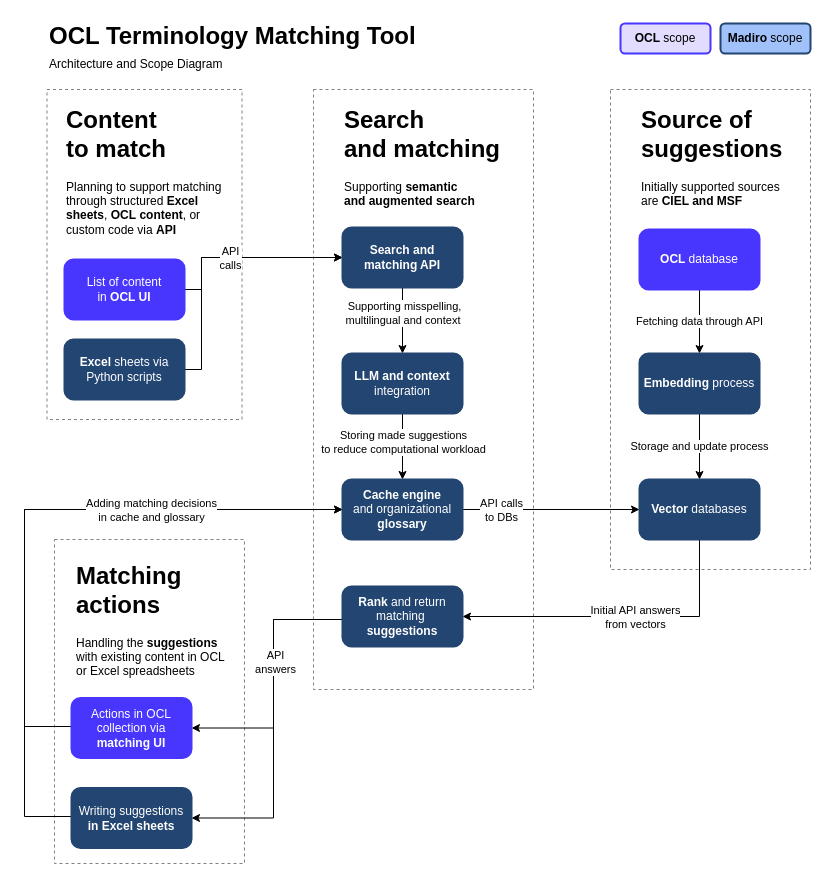
Before: TerminologyMatchingAI.drawio in michaelbontyes/diagrams, a draw.io diagram. Source tidied: cells renumbered, new cells numbered last; positions are measured from the earlier drawing's top-left corner, leaving out a move shared by most shapes. Both pictures are drawn from the tidied source at 100%, with x=0, y=0 at pixel (24, 17).
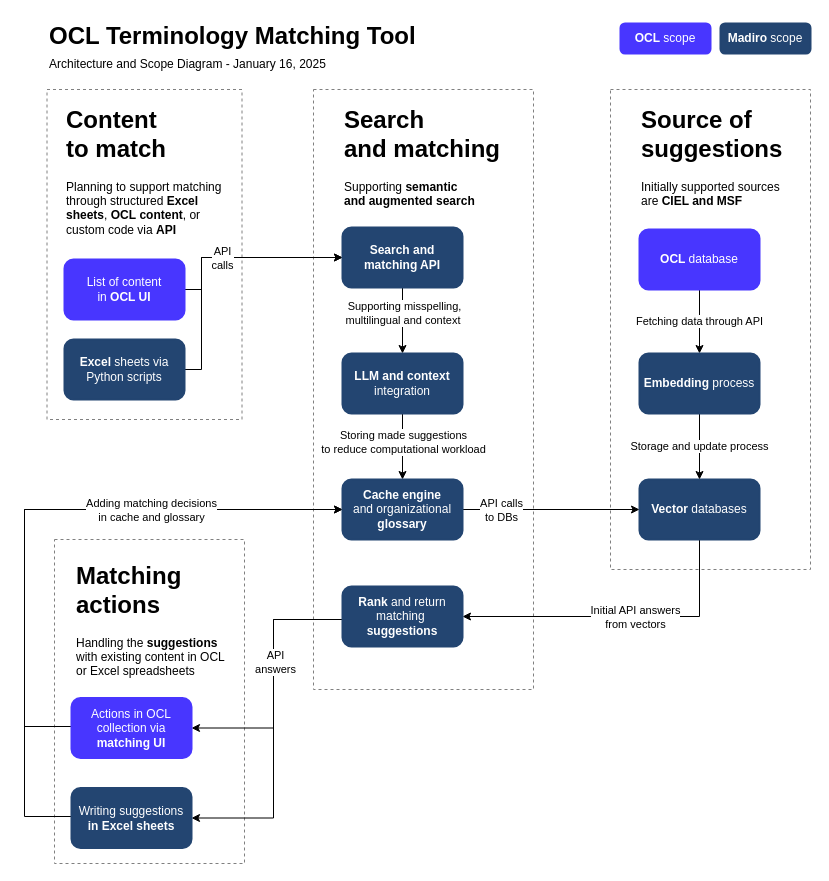
The same page after the edit.

Unchanged cells that the change refers to:
```xml
<mxCell id="11" style="edgeStyle=orthogonalEdgeStyle;rounded=0;jettySize=auto;html=1;exitX=1;exitY=0.5;exitDx=0;exitDy=0;entryX=0;entryY=0.5;entryDx=0;entryDy=0;" parent="1" edge="1" source="13" target="25">
  <mxGeometry relative="1" as="geometry">
    <Array as="points">
      <mxPoint x="177" y="352" />
      <mxPoint x="177" y="240" />
    </Array>
  </mxGeometry>
</mxCell>
```

Change to the diagram source:
```diff
@@
     <mxCell id="12" value="API &lt;br&gt;calls" style="edgeLabel;html=1;align=center;verticalAlign=middle;" parent="11" vertex="1">
       <mxGeometry x="0.55" y="-2" relative="1" as="geometry">
-        <mxPoint x="-52" y="-2" as="offset" />
+        <mxPoint x="-60" y="-2" as="offset" />
       </mxGeometry>
     </mxCell>
@@
-    <mxCell id="43" value="&lt;b&gt;Madiro&lt;/b&gt; scope" style="rounded=1;whiteSpace=wrap;html=1;strokeColor=#234571;strokeWidth=2;fillColor=#A1C1FA;" parent="1" vertex="1">
+    <mxCell id="43" value="&lt;b&gt;Madiro&lt;/b&gt; scope" style="rounded=1;whiteSpace=wrap;html=1;strokeColor=#234571;strokeWidth=2;fillColor=#234571;fontColor=#FFFFFF;" parent="1" vertex="1">
       <mxGeometry x="696" y="6" width="90" height="30" as="geometry" />
     </mxCell>
-    <mxCell id="44" value="&lt;b&gt;OCL&lt;/b&gt; scope" style="rounded=1;whiteSpace=wrap;html=1;strokeColor=#4836FF;strokeWidth=2;fillColor=#E2DDFF;" parent="1" vertex="1">
+    <mxCell id="44" value="&lt;b&gt;OCL&lt;/b&gt; scope" style="rounded=1;whiteSpace=wrap;html=1;strokeColor=#4836FF;strokeWidth=2;fillColor=#4836FF;fontColor=#FFFFFF;" parent="1" vertex="1">
       <mxGeometry x="596" y="6" width="90" height="30" as="geometry" />
     </mxCell>
-    <mxCell id="45" value="&lt;h1 style=&quot;margin-top: 0px; line-height: 100%;&quot;&gt;OCL Terminology Matching Tool&lt;br&gt;&lt;span style=&quot;font-size: 12px; font-weight: normal; background-color: transparent; color: light-dark(rgb(0, 0, 0), rgb(255, 255, 255));&quot;&gt;Architecture and Scope Diagram&lt;/span&gt;&lt;/h1&gt;" style="text;html=1;whiteSpace=wrap;overflow=hidden;rounded=0;strokeColor=none;dashed=1;" parent="1" vertex="1">
+    <mxCell id="45" value="&lt;h1 style=&quot;margin-top: 0px; line-height: 100%;&quot;&gt;OCL Terminology Matching Tool&lt;br&gt;&lt;span style=&quot;font-size: 12px; font-weight: normal; background-color: transparent; color: light-dark(rgb(0, 0, 0), rgb(255, 255, 255));&quot;&gt;Architecture and Scope Diagram - January 16, 2025&lt;/span&gt;&lt;/h1&gt;" style="text;html=1;whiteSpace=wrap;overflow=hidden;rounded=0;strokeColor=none;dashed=1;" parent="1" vertex="1">
       <mxGeometry x="23" width="535.5" height="61" as="geometry" />
     </mxCell>
```
